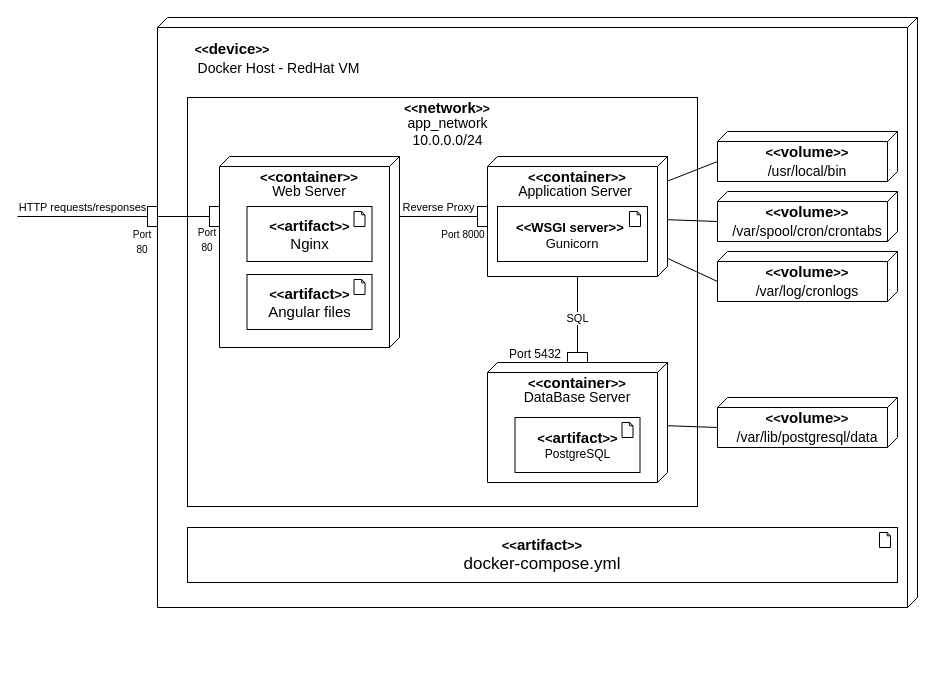
Before: deployment_diagram.drawio in DrXneaky/Diagram, a draw.io diagram. Source tidied: cells renumbered, new cells numbered last; positions are measured from the earlier drawing's top-left corner, leaving out a move shared by most shapes. Both pictures are drawn from the tidied source at 100%, with x=0, y=0 at pixel (17, 17).
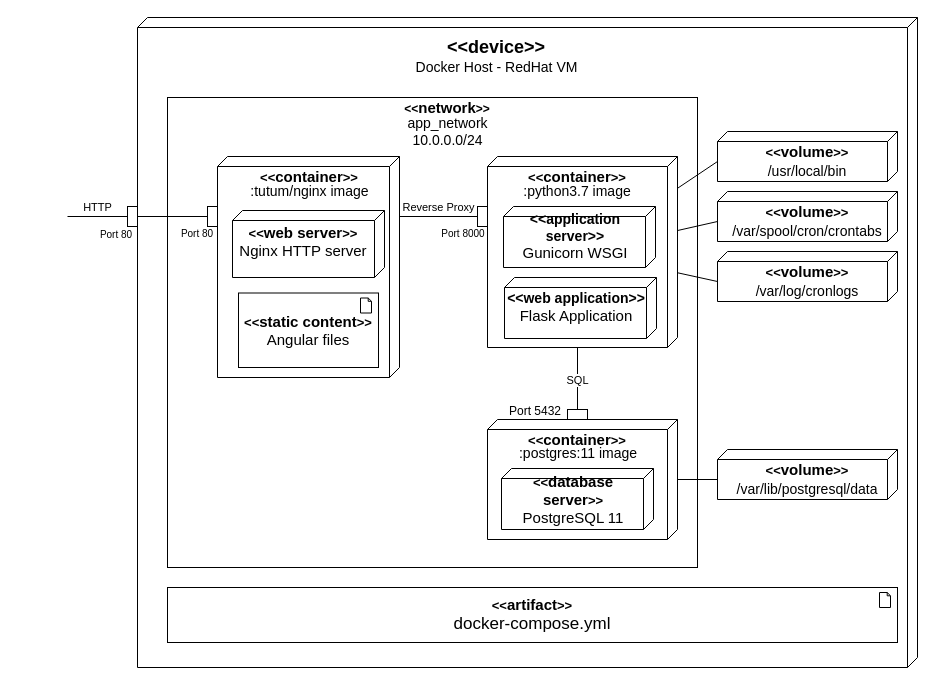
After the change.

The edit, as a diff of the source:
```diff
@@
     <mxCell id="2" style="verticalAlign=top;align=left;spacingTop=8;spacingLeft=2;spacingRight=12;shape=cube;size=10;direction=south;fontStyle=4;html=1;" parent="1" vertex="1">
-      <mxGeometry x="140" width="760" height="590" as="geometry" />
+      <mxGeometry x="120" width="780" height="650" as="geometry" />
     </mxCell>
     <mxCell id="3" style="rounded=0;whiteSpace=wrap;html=1;fillColor=#FFFFFF;fontFamily=Old Standard TT;" parent="1" vertex="1">
-      <mxGeometry x="170" y="80" width="510" height="409" as="geometry" />
+      <mxGeometry x="150" y="80" width="530" height="470" as="geometry" />
     </mxCell>
     <mxCell id="4" style="verticalAlign=top;align=left;spacingTop=8;spacingLeft=2;spacingRight=12;shape=cube;size=10;direction=south;fontStyle=4;html=1;" parent="1" vertex="1">
-      <mxGeometry x="202" y="139" width="180" height="191" as="geometry" />
+      <mxGeometry x="200" y="139" width="182" height="221" as="geometry" />
     </mxCell>
     <mxCell id="5" style="verticalAlign=top;align=left;spacingTop=8;spacingLeft=2;spacingRight=12;shape=cube;size=10;direction=south;fontStyle=4;html=1;" parent="1" vertex="1">
-      <mxGeometry x="470" y="139" width="180" height="120" as="geometry" />
+      <mxGeometry x="470" y="139" width="190" height="191" as="geometry" />
     </mxCell>
     <mxCell id="6" style="verticalAlign=top;align=left;spacingTop=8;spacingLeft=2;spacingRight=12;shape=cube;size=10;direction=south;fontStyle=4;html=1;" parent="1" vertex="1">
-      <mxGeometry x="470" y="345" width="180" height="120" as="geometry" />
+      <mxGeometry x="470" y="402" width="190" height="120" as="geometry" />
     </mxCell>
@@
     <mxCell id="10" style="verticalAlign=top;align=left;spacingTop=8;spacingLeft=2;spacingRight=12;shape=cube;size=10;direction=south;fontStyle=4;html=1;" parent="1" vertex="1">
-      <mxGeometry x="700" y="380" width="180" height="50" as="geometry" />
+      <mxGeometry x="700" y="432" width="180" height="50" as="geometry" />
     </mxCell>
-    <mxCell id="11" value="&lt;b&gt;&lt;font face=&quot;Helvetica&quot;&gt;&amp;lt;&amp;lt;&lt;/font&gt;&lt;font style=&quot;font-size: 15px&quot;&gt;device&lt;/font&gt;&lt;font face=&quot;Helvetica&quot;&gt;&amp;gt;&amp;gt;&lt;/font&gt;&lt;/b&gt;" style="text;html=1;strokeColor=none;fillColor=none;align=center;verticalAlign=middle;whiteSpace=wrap;rounded=0;fontFamily=Old Standard TT;" parent="1" vertex="1">
-      <mxGeometry x="170" y="21" width="90" height="20" as="geometry" />
+    <mxCell id="11" value="&lt;b style=&quot;font-size: 18px&quot;&gt;&lt;font face=&quot;Helvetica&quot; style=&quot;font-size: 18px&quot;&gt;&amp;lt;&amp;lt;&lt;/font&gt;&lt;font style=&quot;font-size: 18px&quot;&gt;device&lt;/font&gt;&lt;font face=&quot;Helvetica&quot; style=&quot;font-size: 18px&quot;&gt;&amp;gt;&amp;gt;&lt;/font&gt;&lt;/b&gt;" style="text;html=1;strokeColor=none;fillColor=none;align=center;verticalAlign=middle;whiteSpace=wrap;rounded=0;fontFamily=Old Standard TT;" parent="1" vertex="1">
+      <mxGeometry x="433.8" y="20" width="90" height="20" as="geometry" />
     </mxCell>
@@
     <mxCell id="14" value="&lt;b&gt;&lt;font face=&quot;Helvetica&quot; style=&quot;font-size: 13px&quot;&gt;&amp;lt;&amp;lt;&lt;/font&gt;&lt;font style=&quot;font-size: 15px&quot;&gt;container&lt;/font&gt;&lt;font face=&quot;Helvetica&quot; style=&quot;font-size: 13px&quot;&gt;&amp;gt;&amp;gt;&lt;/font&gt;&lt;/b&gt;" style="text;html=1;strokeColor=none;fillColor=none;align=center;verticalAlign=middle;whiteSpace=wrap;rounded=0;fontFamily=Old Standard TT;" parent="1" vertex="1">
-      <mxGeometry x="510" y="355" width="100" height="20" as="geometry" />
+      <mxGeometry x="510" y="412" width="100" height="20" as="geometry" />
     </mxCell>
@@
     <mxCell id="18" value="&lt;b&gt;&lt;font face=&quot;Helvetica&quot; style=&quot;font-size: 13px&quot;&gt;&amp;lt;&amp;lt;&lt;/font&gt;&lt;font style=&quot;font-size: 15px&quot;&gt;volume&lt;/font&gt;&lt;font face=&quot;Helvetica&quot; style=&quot;font-size: 13px&quot;&gt;&amp;gt;&amp;gt;&lt;/font&gt;&lt;/b&gt;" style="text;html=1;strokeColor=none;fillColor=none;align=center;verticalAlign=middle;whiteSpace=wrap;rounded=0;fontFamily=Old Standard TT;" parent="1" vertex="1">
-      <mxGeometry x="740" y="390" width="100" height="20" as="geometry" />
+      <mxGeometry x="740" y="442" width="100" height="20" as="geometry" />
     </mxCell>
@@
-    <mxCell id="20" value="&lt;font face=&quot;Helvetica&quot; style=&quot;font-weight: bold ; font-size: 13px&quot;&gt;&amp;lt;&amp;lt;&lt;/font&gt;&lt;font style=&quot;font-size: 13px&quot;&gt;&lt;font style=&quot;font-weight: bold ; font-size: 13px&quot;&gt;WSGI&lt;/font&gt;&lt;font style=&quot;font-weight: bold ; font-size: 13px&quot;&gt;&amp;nbsp;server&lt;/font&gt;&lt;/font&gt;&lt;font&gt;&lt;font face=&quot;Helvetica&quot; style=&quot;font-weight: bold ; font-size: 13px&quot;&gt;&amp;gt;&amp;gt;&lt;/font&gt;&lt;font&gt;&lt;span style=&quot;font-size: 15px&quot;&gt;&amp;nbsp;&lt;/span&gt;&lt;br&gt;&lt;/font&gt;&lt;font style=&quot;font-size: 13px&quot;&gt;Gunicorn&lt;/font&gt;&lt;br&gt;&lt;/font&gt;" style="html=1;whiteSpace=wrap;shape=mxgraph.archimate3.application;appType=artifact;archiType=square;fontFamily=Old Standard TT;fillColor=#FFFFFF;" parent="1" vertex="1">
-      <mxGeometry x="480" y="189" width="150" height="55" as="geometry" />
-    </mxCell>
@@
-    <mxCell id="22" value="SQL" style="html=1;verticalAlign=bottom;endArrow=none;fontFamily=Old Standard TT;startArrow=none;startFill=0;endFill=0;endSize=4;startSize=4;entryX=1;entryY=0.5;entryDx=0;entryDy=0;" parent="1" edge="1" source="5" target="29">
+    <mxCell id="22" value="SQL" style="html=1;verticalAlign=bottom;endArrow=none;fontFamily=Old Standard TT;startArrow=none;startFill=0;endFill=0;endSize=4;startSize=4;entryX=1;entryY=0.5;entryDx=0;entryDy=0;exitX=0;exitY=0;exitDx=191;exitDy=100;exitPerimeter=0;" parent="1" edge="1" source="5" target="29">
       <mxGeometry x="0.34" relative="1" as="geometry" />
     </mxCell>
@@
     <mxCell id="28" value="&lt;font style=&quot;font-size: 10px&quot;&gt;Port 8000&lt;/font&gt;" style="text;html=1;strokeColor=none;fillColor=none;align=center;verticalAlign=middle;whiteSpace=wrap;rounded=0;fontFamily=Old Standard TT;" parent="1" vertex="1">
-      <mxGeometry x="422" y="206.5" width="48" height="20" as="geometry" />
+      <mxGeometry x="422" y="209" width="48" height="13.5" as="geometry" />
     </mxCell>
     <mxCell id="29" style="rounded=0;whiteSpace=wrap;html=1;fillColor=#FFFFFF;fontFamily=Old Standard TT;rotation=-90;" parent="1" vertex="1">
-      <mxGeometry x="555" y="330" width="10" height="20" as="geometry" />
+      <mxGeometry x="555" y="387" width="10" height="20" as="geometry" />
     </mxCell>
     <mxCell id="30" value="Port 5432" style="text;html=1;strokeColor=none;fillColor=none;align=center;verticalAlign=middle;whiteSpace=wrap;rounded=0;fontFamily=Old Standard TT;" parent="1" vertex="1">
-      <mxGeometry x="488" y="327" width="60" height="20" as="geometry" />
+      <mxGeometry x="488" y="384" width="60" height="20" as="geometry" />
     </mxCell>
-    <mxCell id="31" value="&lt;span style=&quot;font-size: 14px&quot;&gt;Application Server&amp;nbsp;&lt;/span&gt;" style="text;html=1;strokeColor=none;fillColor=none;align=center;verticalAlign=middle;whiteSpace=wrap;rounded=0;fontFamily=Old Standard TT;" parent="1" vertex="1">
+    <mxCell id="31" value="&lt;span style=&quot;font-size: 14px&quot;&gt;:python3.7 image&lt;/span&gt;" style="text;html=1;strokeColor=none;fillColor=none;align=center;verticalAlign=middle;whiteSpace=wrap;rounded=0;fontFamily=Old Standard TT;" parent="1" vertex="1">
       <mxGeometry x="500" y="164" width="120" height="20" as="geometry" />
     </mxCell>
-    <mxCell id="32" value="&lt;font style=&quot;font-size: 14px&quot;&gt;Web Server&lt;/font&gt;" style="text;html=1;strokeColor=none;fillColor=none;align=center;verticalAlign=middle;whiteSpace=wrap;rounded=0;fontFamily=Old Standard TT;" parent="1" vertex="1">
-      <mxGeometry x="247" y="164" width="90" height="20" as="geometry" />
+    <mxCell id="32" value="&lt;font style=&quot;font-size: 14px&quot;&gt;:tutum/nginx image&lt;/font&gt;" style="text;html=1;strokeColor=none;fillColor=none;align=center;verticalAlign=middle;whiteSpace=wrap;rounded=0;fontFamily=Old Standard TT;" parent="1" vertex="1">
+      <mxGeometry x="228.5" y="164" width="127" height="20" as="geometry" />
     </mxCell>
-    <mxCell id="33" value="&lt;font style=&quot;font-size: 14px&quot;&gt;DataBase Server&lt;/font&gt;" style="text;html=1;strokeColor=none;fillColor=none;align=center;verticalAlign=middle;whiteSpace=wrap;rounded=0;fontFamily=Old Standard TT;" parent="1" vertex="1">
-      <mxGeometry x="500" y="370" width="120" height="20" as="geometry" />
+    <mxCell id="33" value="&lt;font style=&quot;font-size: 14px&quot;&gt;:postgres:11 image&lt;/font&gt;" style="text;html=1;strokeColor=none;fillColor=none;align=center;verticalAlign=middle;whiteSpace=wrap;rounded=0;fontFamily=Old Standard TT;" parent="1" vertex="1">
+      <mxGeometry x="496" y="427" width="130" height="17" as="geometry" />
     </mxCell>
@@
     <mxCell id="35" value="&lt;font style=&quot;font-size: 14px&quot;&gt;Docker Host - RedHat VM&lt;/font&gt;" style="text;html=1;strokeColor=none;fillColor=none;align=center;verticalAlign=middle;whiteSpace=wrap;rounded=0;fontFamily=Old Standard TT;" parent="1" vertex="1">
-      <mxGeometry x="174.5" y="41" width="172.5" height="20" as="geometry" />
+      <mxGeometry x="392.5" y="40" width="172.5" height="20" as="geometry" />
     </mxCell>
     <mxCell id="36" style="rounded=0;whiteSpace=wrap;html=1;fillColor=#FFFFFF;fontFamily=Old Standard TT;" parent="1" vertex="1">
-      <mxGeometry x="192" y="189" width="10" height="20" as="geometry" />
+      <mxGeometry x="190" y="189" width="10" height="20" as="geometry" />
     </mxCell>
-    <mxCell id="37" value="&lt;font style=&quot;font-size: 10px&quot;&gt;Port &lt;br&gt;80&lt;/font&gt;" style="text;html=1;strokeColor=none;fillColor=none;align=center;verticalAlign=middle;whiteSpace=wrap;rounded=0;fontFamily=Old Standard TT;" parent="1" vertex="1">
-      <mxGeometry x="174.5" y="212" width="30" height="20" as="geometry" />
+    <mxCell id="37" value="&lt;font style=&quot;font-size: 10px&quot;&gt;Port 80&lt;/font&gt;" style="text;html=1;strokeColor=none;fillColor=none;align=center;verticalAlign=middle;whiteSpace=wrap;rounded=0;fontFamily=Old Standard TT;" parent="1" vertex="1">
+      <mxGeometry x="160" y="209" width="40" height="13.5" as="geometry" />
     </mxCell>
     <mxCell id="38" value="&lt;div style=&quot;font-size: 14px ; line-height: 19px&quot;&gt;&lt;span style=&quot;background-color: rgb(255 , 255 , 255)&quot;&gt;/var/lib/postgresql/data&lt;/span&gt;&lt;/div&gt;" style="text;html=1;strokeColor=none;fillColor=none;align=center;verticalAlign=middle;whiteSpace=wrap;rounded=0;fontFamily=Old Standard TT;" parent="1" vertex="1">
-      <mxGeometry x="710" y="410" width="160" height="20" as="geometry" />
+      <mxGeometry x="710" y="462" width="160" height="20" as="geometry" />
     </mxCell>
@@
     <mxCell id="42" style="rounded=0;whiteSpace=wrap;html=1;fillColor=#FFFFFF;fontFamily=Old Standard TT;" parent="1" vertex="1">
-      <mxGeometry x="130" y="189" width="10" height="20" as="geometry" />
+      <mxGeometry x="110" y="189" width="10" height="20" as="geometry" />
     </mxCell>
@@
-    <mxCell id="44" value="&lt;font style=&quot;font-size: 10px&quot;&gt;Port &lt;br&gt;80&lt;/font&gt;" style="text;html=1;strokeColor=none;fillColor=none;align=center;verticalAlign=middle;whiteSpace=wrap;rounded=0;fontFamily=Old Standard TT;" parent="1" vertex="1">
-      <mxGeometry x="110" y="214" width="30" height="20" as="geometry" />
+    <mxCell id="44" value="&lt;font style=&quot;font-size: 10px&quot;&gt;Port 80&lt;/font&gt;" style="text;html=1;strokeColor=none;fillColor=none;align=center;verticalAlign=middle;whiteSpace=wrap;rounded=0;fontFamily=Old Standard TT;" parent="1" vertex="1">
+      <mxGeometry x="78" y="209" width="42" height="16" as="geometry" />
     </mxCell>
-    <mxCell id="45" value="HTTP requests/responses" style="html=1;verticalAlign=bottom;endArrow=none;fontFamily=Old Standard TT;startArrow=none;startFill=0;endFill=0;endSize=4;startSize=4;entryX=0;entryY=0.5;entryDx=0;entryDy=0;labelBackgroundColor=none;" parent="1" edge="1" target="42">
+    <mxCell id="45" value="HTTP" style="html=1;verticalAlign=bottom;endArrow=none;fontFamily=Old Standard TT;startArrow=none;startFill=0;endFill=0;endSize=4;startSize=4;entryX=0;entryY=0.5;entryDx=0;entryDy=0;labelBackgroundColor=none;labelPosition=center;verticalLabelPosition=top;align=center;textDirection=rtl;horizontal=1;" parent="1" edge="1" target="42">
       <mxGeometry relative="1" as="geometry">
-        <mxPoint y="199" as="sourcePoint" />
+        <mxPoint x="50" y="199" as="sourcePoint" />
+        <Array as="points">
+          <mxPoint x="50" y="199.3" />
+        </Array>
       </mxGeometry>
     </mxCell>
     <mxCell id="46" value="&lt;font face=&quot;Helvetica&quot; style=&quot;font-weight: bold ; font-size: 13px&quot;&gt;&amp;lt;&amp;lt;&lt;/font&gt;&lt;font style=&quot;font-weight: bold ; font-size: 15px&quot;&gt;artifact&lt;/font&gt;&lt;font&gt;&lt;font face=&quot;Helvetica&quot; style=&quot;font-weight: bold ; font-size: 13px&quot;&gt;&amp;gt;&amp;gt;&lt;/font&gt;&lt;br&gt;&lt;font style=&quot;font-size: 17px&quot;&gt;docker-compose.yml&lt;/font&gt;&lt;br&gt;&lt;/font&gt;" style="html=1;whiteSpace=wrap;shape=mxgraph.archimate3.application;appType=artifact;archiType=square;fontFamily=Old Standard TT;fillColor=#FFFFFF;" parent="1" vertex="1">
-      <mxGeometry x="170" y="510" width="710" height="55" as="geometry" />
+      <mxGeometry x="150" y="570" width="730" height="55" as="geometry" />
     </mxCell>
-    <mxCell id="47" value="&lt;font face=&quot;Helvetica&quot; style=&quot;font-weight: bold ; font-size: 13px&quot;&gt;&amp;lt;&amp;lt;&lt;/font&gt;&lt;font style=&quot;font-weight: bold ; font-size: 15px&quot;&gt;artifact&lt;/font&gt;&lt;font&gt;&lt;font face=&quot;Helvetica&quot; style=&quot;font-weight: bold ; font-size: 13px&quot;&gt;&amp;gt;&amp;gt;&lt;/font&gt;&lt;br&gt;&lt;span style=&quot;font-size: 15px&quot;&gt;Nginx&lt;/span&gt;&lt;br&gt;&lt;/font&gt;" style="html=1;whiteSpace=wrap;shape=mxgraph.archimate3.application;appType=artifact;archiType=square;fontFamily=Old Standard TT;fillColor=#FFFFFF;" parent="1" vertex="1">
-      <mxGeometry x="229.5" y="189" width="125" height="55" as="geometry" />
-    </mxCell>
-    <mxCell id="48" value="&lt;font face=&quot;Helvetica&quot; style=&quot;font-weight: bold ; font-size: 13px&quot;&gt;&amp;lt;&amp;lt;&lt;/font&gt;&lt;font style=&quot;font-weight: bold ; font-size: 15px&quot;&gt;artifact&lt;/font&gt;&lt;font&gt;&lt;font face=&quot;Helvetica&quot; style=&quot;font-weight: bold ; font-size: 13px&quot;&gt;&amp;gt;&amp;gt;&lt;/font&gt;&lt;br&gt;PostgreSQL&lt;br&gt;&lt;/font&gt;" style="html=1;whiteSpace=wrap;shape=mxgraph.archimate3.application;appType=artifact;archiType=square;fontFamily=Old Standard TT;fillColor=#FFFFFF;" parent="1" vertex="1">
-      <mxGeometry x="497.5" y="400" width="125" height="55" as="geometry" />
-    </mxCell>
-    <mxCell id="49" value="&lt;font face=&quot;Helvetica&quot; style=&quot;font-weight: bold ; font-size: 13px&quot;&gt;&amp;lt;&amp;lt;&lt;/font&gt;&lt;font style=&quot;font-weight: bold ; font-size: 15px&quot;&gt;artifact&lt;/font&gt;&lt;font&gt;&lt;font face=&quot;Helvetica&quot; style=&quot;font-weight: bold ; font-size: 13px&quot;&gt;&amp;gt;&amp;gt;&lt;/font&gt;&lt;br&gt;&lt;span style=&quot;font-size: 15px&quot;&gt;Angular files&lt;/span&gt;&lt;br&gt;&lt;/font&gt;" style="html=1;whiteSpace=wrap;shape=mxgraph.archimate3.application;appType=artifact;archiType=square;fontFamily=Old Standard TT;fillColor=#FFFFFF;" parent="1" vertex="1">
-      <mxGeometry x="229.5" y="257" width="125" height="55" as="geometry" />
+    <mxCell id="49" value="&lt;font face=&quot;Helvetica&quot; style=&quot;font-weight: bold ; font-size: 13px&quot;&gt;&amp;lt;&amp;lt;&lt;/font&gt;&lt;font style=&quot;font-weight: bold ; font-size: 15px&quot;&gt;static content&lt;/font&gt;&lt;font&gt;&lt;font face=&quot;Helvetica&quot; style=&quot;font-weight: bold ; font-size: 13px&quot;&gt;&amp;gt;&amp;gt;&lt;/font&gt;&lt;br&gt;&lt;span style=&quot;font-size: 15px&quot;&gt;Angular files&lt;/span&gt;&lt;br&gt;&lt;/font&gt;" style="html=1;whiteSpace=wrap;shape=mxgraph.archimate3.application;appType=artifact;archiType=square;fontFamily=Old Standard TT;fillColor=#FFFFFF;" parent="1" vertex="1">
+      <mxGeometry x="221" y="275.5" width="140" height="74.5" as="geometry" />
     </mxCell>
+    <mxCell id="50" style="verticalAlign=top;align=left;spacingTop=8;spacingLeft=2;spacingRight=12;shape=cube;size=10;direction=south;fontStyle=4;html=1;fillColor=#FFFFFF;fontFamily=Old Standard TT;fontColor=none;" parent="1" vertex="1">
+      <mxGeometry x="215" y="193" width="152" height="67" as="geometry" />
+    </mxCell>
+    <mxCell id="51" value="&lt;font face=&quot;Helvetica&quot; style=&quot;font-weight: bold ; font-size: 13px&quot;&gt;&amp;lt;&amp;lt;&lt;/font&gt;&lt;font face=&quot;Old Standard TT&quot;&gt;&lt;font style=&quot;font-weight: bold ; font-size: 15px&quot;&gt;web&lt;/font&gt;&lt;/font&gt;&lt;font style=&quot;font-weight: bold ; font-size: 15px&quot; face=&quot;old standard tt&quot;&gt; server&lt;/font&gt;&lt;font style=&quot;font-family: &amp;#34;old standard tt&amp;#34;&quot;&gt;&lt;font face=&quot;Helvetica&quot; style=&quot;font-weight: bold ; font-size: 13px&quot;&gt;&amp;gt;&amp;gt;&lt;/font&gt;&lt;br&gt;&lt;span style=&quot;font-size: 15px&quot;&gt;Nginx HTTP server&lt;/span&gt;&lt;/font&gt;" style="text;html=1;strokeColor=none;fillColor=none;align=center;verticalAlign=middle;whiteSpace=wrap;rounded=0;fontFamily=Helvetica;fontColor=none;" parent="1" vertex="1">
+      <mxGeometry x="215.5" y="204" width="140" height="40.5" as="geometry" />
+    </mxCell>
+    <mxCell id="52" style="verticalAlign=top;align=left;spacingTop=8;spacingLeft=2;spacingRight=12;shape=cube;size=10;direction=south;fontStyle=4;html=1;fillColor=#FFFFFF;fontFamily=Old Standard TT;fontColor=none;" parent="1" vertex="1">
+      <mxGeometry x="484" y="451" width="152" height="61" as="geometry" />
+    </mxCell>
+    <mxCell id="53" value="&lt;font face=&quot;Helvetica&quot; style=&quot;font-weight: bold ; font-size: 13px&quot;&gt;&amp;lt;&amp;lt;&lt;/font&gt;&lt;font style=&quot;font-weight: bold ; font-size: 15px&quot; face=&quot;Old Standard TT&quot;&gt;database server&lt;/font&gt;&lt;font style=&quot;font-family: &amp;#34;old standard tt&amp;#34;&quot;&gt;&lt;font face=&quot;Helvetica&quot; style=&quot;font-weight: bold ; font-size: 13px&quot;&gt;&amp;gt;&amp;gt;&lt;/font&gt;&lt;br&gt;&lt;span style=&quot;font-size: 15px&quot;&gt;PostgreSQL 11&lt;/span&gt;&lt;br&gt;&lt;/font&gt;" style="text;html=1;strokeColor=none;fillColor=none;align=center;verticalAlign=middle;whiteSpace=wrap;rounded=0;fontFamily=Helvetica;fontColor=none;" parent="1" vertex="1">
+      <mxGeometry x="486" y="462" width="140" height="40" as="geometry" />
+    </mxCell>
+    <mxCell id="54" style="verticalAlign=top;align=left;spacingTop=8;spacingLeft=2;spacingRight=12;shape=cube;size=10;direction=south;fontStyle=4;html=1;fillColor=#FFFFFF;fontFamily=Old Standard TT;fontColor=none;" parent="1" vertex="1">
+      <mxGeometry x="486" y="189" width="152" height="61" as="geometry" />
+    </mxCell>
+    <mxCell id="55" value="&lt;font style=&quot;font-size: 14px&quot;&gt;&lt;font face=&quot;Helvetica&quot; style=&quot;font-weight: bold ; font-size: 14px&quot;&gt;&amp;lt;&amp;lt;&lt;/font&gt;&lt;font style=&quot;font-weight: bold ; font-size: 14px&quot; face=&quot;Old Standard TT&quot;&gt;application server&lt;/font&gt;&lt;/font&gt;&lt;font style=&quot;font-family: &amp;#34;old standard tt&amp;#34;&quot;&gt;&lt;font face=&quot;Helvetica&quot; style=&quot;font-size: 14px ; font-weight: bold&quot;&gt;&amp;gt;&amp;gt;&lt;/font&gt;&lt;br&gt;&lt;span style=&quot;font-size: 15px&quot;&gt;Gunicorn WSGI&lt;/span&gt;&lt;br&gt;&lt;/font&gt;" style="text;html=1;strokeColor=none;fillColor=none;align=center;verticalAlign=middle;whiteSpace=wrap;rounded=0;fontFamily=Helvetica;fontColor=none;" parent="1" vertex="1">
+      <mxGeometry x="484" y="198.5" width="148" height="40.5" as="geometry" />
+    </mxCell>
+    <mxCell id="56" style="verticalAlign=top;align=left;spacingTop=8;spacingLeft=2;spacingRight=12;shape=cube;size=10;direction=south;fontStyle=4;html=1;fillColor=#FFFFFF;fontFamily=Old Standard TT;fontColor=none;" parent="1" vertex="1">
+      <mxGeometry x="487" y="260" width="152" height="61" as="geometry" />
+    </mxCell>
+    <mxCell id="57" value="&lt;font style=&quot;font-size: 14px&quot;&gt;&lt;font face=&quot;Helvetica&quot; style=&quot;font-weight: bold ; font-size: 14px&quot;&gt;&amp;lt;&amp;lt;&lt;/font&gt;&lt;font style=&quot;font-weight: bold ; font-size: 14px&quot; face=&quot;Old Standard TT&quot;&gt;web application&lt;/font&gt;&lt;/font&gt;&lt;font style=&quot;font-family: &amp;#34;old standard tt&amp;#34;&quot;&gt;&lt;font face=&quot;Helvetica&quot; style=&quot;font-size: 14px ; font-weight: bold&quot;&gt;&amp;gt;&amp;gt;&lt;/font&gt;&lt;br&gt;&lt;span style=&quot;font-size: 15px&quot;&gt;Flask Application&lt;/span&gt;&lt;br&gt;&lt;/font&gt;" style="text;html=1;strokeColor=none;fillColor=none;align=center;verticalAlign=middle;whiteSpace=wrap;rounded=0;fontFamily=Helvetica;fontColor=none;" parent="1" vertex="1">
+      <mxGeometry x="485" y="269.5" width="148" height="40.5" as="geometry" />
+    </mxCell>
```
